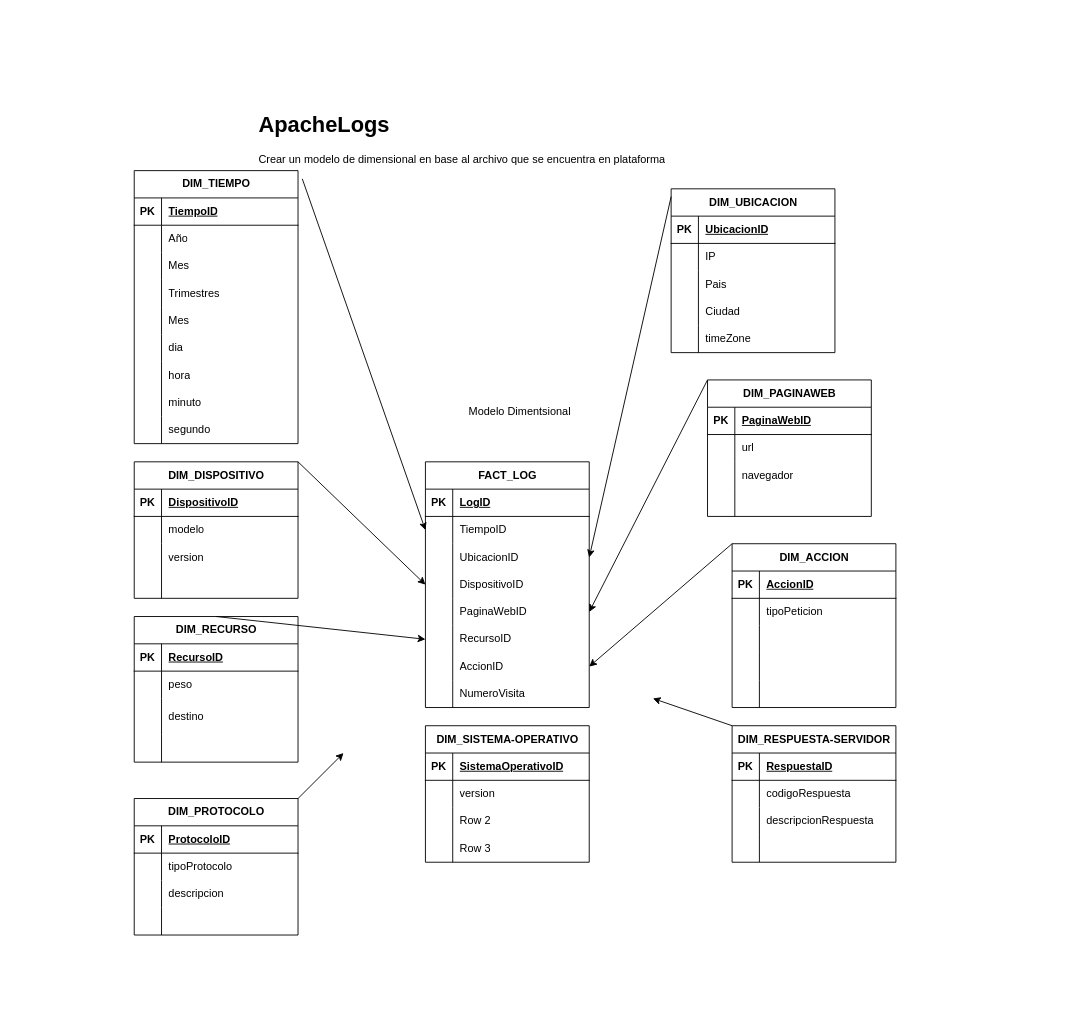
Earlier version of the draw.io diagram apache_log.drawio (itslourdes/lourdesvaca). Source tidied: cells renumbered, new cells numbered last; positions are measured from the earlier drawing's top-left corner, leaving out a move shared by most shapes. Both pictures are drawn from the tidied source at 91%, with x=0, y=0 at pixel (134, 106).
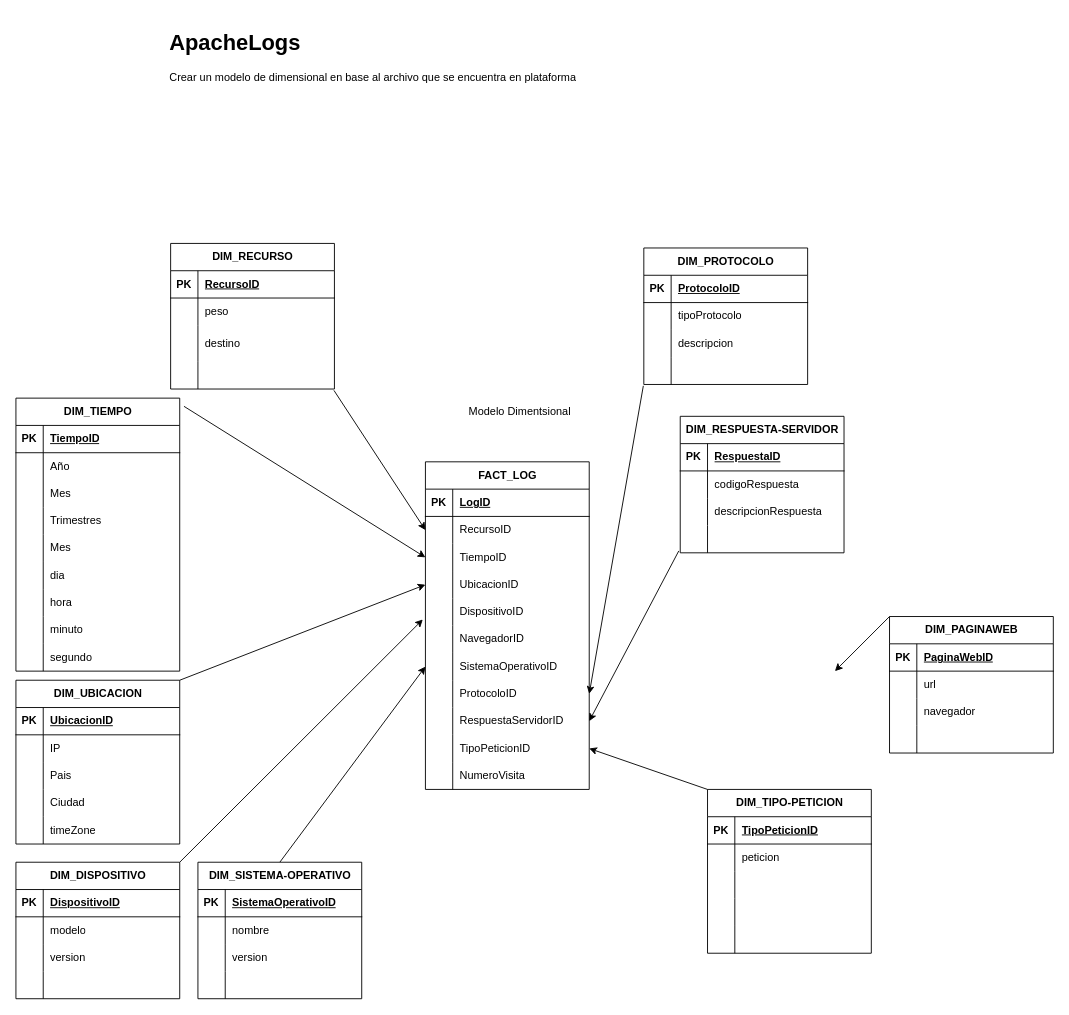
Above is the later version.

The change refers to these unchanged cells:
```xml
<mxCell id="34" style="shape=tableRow;horizontal=0;startSize=0;swimlaneHead=0;swimlaneBody=0;fillColor=none;points=[[0,0.5],[1,0.5]];portConstraint=eastwest;top=0;left=0;right=0;bottom=0;" parent="30" vertex="1">
  <mxGeometry y="60" width="180" height="30" as="geometry" />
</mxCell>
<mxCell id="37" style="shape=tableRow;horizontal=0;startSize=0;swimlaneHead=0;swimlaneBody=0;fillColor=none;points=[[0,0.5],[1,0.5]];portConstraint=eastwest;top=0;left=0;right=0;bottom=0;" parent="30" vertex="1">
  <mxGeometry y="90" width="180" height="30" as="geometry" />
</mxCell>
<mxCell id="40" style="shape=tableRow;horizontal=0;startSize=0;swimlaneHead=0;swimlaneBody=0;fillColor=none;points=[[0,0.5],[1,0.5]];portConstraint=eastwest;top=0;left=0;right=0;bottom=0;" parent="30" vertex="1">
  <mxGeometry y="120" width="180" height="30" as="geometry" />
</mxCell>
<mxCell id="43" style="shape=tableRow;horizontal=0;startSize=0;swimlaneHead=0;swimlaneBody=0;fillColor=none;points=[[0,0.5],[1,0.5]];portConstraint=eastwest;top=0;left=0;right=0;bottom=0;" parent="30" vertex="1">
  <mxGeometry y="150" width="180" height="30" as="geometry" />
</mxCell>
<mxCell id="46" style="shape=tableRow;horizontal=0;startSize=0;swimlaneHead=0;swimlaneBody=0;fillColor=none;points=[[0,0.5],[1,0.5]];portConstraint=eastwest;top=0;left=0;right=0;bottom=0;" parent="30" vertex="1">
  <mxGeometry y="180" width="180" height="30" as="geometry" />
</mxCell>
<mxCell id="49" style="shape=tableRow;horizontal=0;startSize=0;swimlaneHead=0;swimlaneBody=0;fillColor=none;points=[[0,0.5],[1,0.5]];portConstraint=eastwest;top=0;left=0;right=0;bottom=0;" parent="30" vertex="1">
  <mxGeometry y="210" width="180" height="30" as="geometry" />
</mxCell>
<mxCell id="72" style="shape=tableRow;horizontal=0;startSize=0;swimlaneHead=0;swimlaneBody=0;fillColor=none;top=0;left=0;right=0;bottom=1;" parent="71" vertex="1">
  <mxGeometry y="30" width="180" height="30" as="geometry" />
</mxCell>
<mxCell id="75" style="shape=tableRow;horizontal=0;startSize=0;swimlaneHead=0;swimlaneBody=0;fillColor=none;top=0;left=0;right=0;bottom=0;" parent="71" vertex="1">
  <mxGeometry y="60" width="180" height="30" as="geometry" />
</mxCell>
<mxCell id="130" style="shape=tableRow;horizontal=0;startSize=0;swimlaneHead=0;swimlaneBody=0;fillColor=none;points=[[0,0.5],[1,0.5]];portConstraint=eastwest;top=0;left=0;right=0;bottom=0;" parent="120" vertex="1">
  <mxGeometry y="130" width="180" height="30" as="geometry" />
</mxCell>
<mxCell id="146" style="shape=tableRow;horizontal=0;startSize=0;swimlaneHead=0;swimlaneBody=0;fillColor=none;points=[[0,0.5],[1,0.5]];portConstraint=eastwest;top=0;left=0;right=0;bottom=0;" parent="136" vertex="1">
  <mxGeometry y="120" width="180" height="30" as="geometry" />
</mxCell>
<mxCell id="159" style="shape=tableRow;horizontal=0;startSize=0;swimlaneHead=0;swimlaneBody=0;fillColor=none;points=[[0,0.5],[1,0.5]];portConstraint=eastwest;top=0;left=0;right=0;bottom=0;" parent="149" vertex="1">
  <mxGeometry y="120" width="180" height="30" as="geometry" />
</mxCell>
<mxCell id="166" style="shape=tableRow;horizontal=0;startSize=0;swimlaneHead=0;swimlaneBody=0;fillColor=none;top=0;left=0;right=0;bottom=0;" parent="162" vertex="1">
  <mxGeometry y="60" width="180" height="30" as="geometry" />
</mxCell>
<mxCell id="169" style="shape=tableRow;horizontal=0;startSize=0;swimlaneHead=0;swimlaneBody=0;fillColor=none;top=0;left=0;right=0;bottom=0;" parent="162" vertex="1">
  <mxGeometry y="90" width="180" height="30" as="geometry" />
</mxCell>
<mxCell id="172" style="shape=tableRow;horizontal=0;startSize=0;swimlaneHead=0;swimlaneBody=0;fillColor=none;top=0;left=0;right=0;bottom=0;" parent="162" vertex="1">
  <mxGeometry y="120" width="180" height="30" as="geometry" />
</mxCell>
```

What changed in the source:
```diff
@@
     <mxCell id="2" value="DIM_TIEMPO" style="shape=table;startSize=30;childLayout=tableLayout;rowLines=0;fontStyle=1;align=center;html=1;" parent="1" vertex="1">
-      <mxGeometry y="70" width="180" height="300" as="geometry" />
+      <mxGeometry x="-130" y="320" width="180" height="300" as="geometry" />
     </mxCell>
@@
     <mxCell id="30" value="FACT_LOG" style="shape=table;startSize=30;childLayout=tableLayout;rowLines=0;fontStyle=1;align=center;html=1;" parent="1" vertex="1">
-      <mxGeometry x="320" y="390" width="180" height="270" as="geometry" />
+      <mxGeometry x="320" y="390" width="180" height="360" as="geometry" />
     </mxCell>
@@
-    <mxCell id="36" value="TiempoID" style="shape=partialRectangle;fillColor=none;top=0;left=0;bottom=0;right=0;align=left;spacingLeft=6;overflow=hidden;whiteSpace=wrap;html=1;" parent="34" vertex="1">
+    <mxCell id="36" value="RecursoID" style="shape=partialRectangle;fillColor=none;top=0;left=0;bottom=0;right=0;align=left;spacingLeft=6;overflow=hidden;whiteSpace=wrap;html=1;" parent="34" vertex="1">
       <mxGeometry x="30" width="150" height="30" as="geometry" />
     </mxCell>
@@
-    <mxCell id="39" value="UbicacionID" style="shape=partialRectangle;fillColor=none;top=0;left=0;bottom=0;right=0;align=left;spacingLeft=6;overflow=hidden;whiteSpace=wrap;html=1;" parent="37" vertex="1">
+    <mxCell id="39" value="TiempoID" style="shape=partialRectangle;fillColor=none;top=0;left=0;bottom=0;right=0;align=left;spacingLeft=6;overflow=hidden;whiteSpace=wrap;html=1;" parent="37" vertex="1">
       <mxGeometry x="30" width="150" height="30" as="geometry" />
     </mxCell>
@@
-    <mxCell id="42" value="DispositivoID" style="shape=partialRectangle;fillColor=none;top=0;left=0;bottom=0;right=0;align=left;spacingLeft=6;overflow=hidden;whiteSpace=wrap;html=1;" parent="40" vertex="1">
+    <mxCell id="42" value="UbicacionID" style="shape=partialRectangle;fillColor=none;top=0;left=0;bottom=0;right=0;align=left;spacingLeft=6;overflow=hidden;whiteSpace=wrap;html=1;" parent="40" vertex="1">
       <mxGeometry x="30" width="150" height="30" as="geometry" />
     </mxCell>
@@
-    <mxCell id="45" value="PaginaWebID" style="shape=partialRectangle;fillColor=none;top=0;left=0;bottom=0;right=0;align=left;spacingLeft=6;overflow=hidden;whiteSpace=wrap;html=1;" parent="43" vertex="1">
+    <mxCell id="45" value="DispositivoID" style="shape=partialRectangle;fillColor=none;top=0;left=0;bottom=0;right=0;align=left;spacingLeft=6;overflow=hidden;whiteSpace=wrap;html=1;" parent="43" vertex="1">
       <mxGeometry x="30" width="150" height="30" as="geometry" />
     </mxCell>
@@
-    <mxCell id="48" value="RecursoID" style="shape=partialRectangle;fillColor=none;top=0;left=0;bottom=0;right=0;align=left;spacingLeft=6;overflow=hidden;whiteSpace=wrap;html=1;" parent="46" vertex="1">
+    <mxCell id="48" value="NavegadorID" style="shape=partialRectangle;fillColor=none;top=0;left=0;bottom=0;right=0;align=left;spacingLeft=6;overflow=hidden;whiteSpace=wrap;html=1;" parent="46" vertex="1">
       <mxGeometry x="30" width="150" height="30" as="geometry" />
     </mxCell>
@@
-    <mxCell id="51" value="AccionID" style="shape=partialRectangle;fillColor=none;top=0;left=0;bottom=0;right=0;align=left;spacingLeft=6;overflow=hidden;whiteSpace=wrap;html=1;" parent="49" vertex="1">
+    <mxCell id="51" value="SistemaOperativoID" style="shape=partialRectangle;fillColor=none;top=0;left=0;bottom=0;right=0;align=left;spacingLeft=6;overflow=hidden;whiteSpace=wrap;html=1;" parent="49" vertex="1">
       <mxGeometry x="30" width="150" height="30" as="geometry" />
     </mxCell>
+    <mxCell id="175" style="shape=tableRow;horizontal=0;startSize=0;swimlaneHead=0;swimlaneBody=0;fillColor=none;points=[[0,0.5],[1,0.5]];portConstraint=eastwest;top=0;left=0;right=0;bottom=0;" parent="30" vertex="1">
+      <mxGeometry y="240" width="180" height="30" as="geometry" />
+    </mxCell>
+    <mxCell id="176" style="shape=partialRectangle;fillColor=none;top=0;left=0;bottom=0;right=0;overflow=hidden;whiteSpace=wrap;html=1;" parent="175" vertex="1">
+      <mxGeometry width="30" height="30" as="geometry" />
+    </mxCell>
+    <mxCell id="177" value="ProtocoloID" style="shape=partialRectangle;fillColor=none;top=0;left=0;bottom=0;right=0;align=left;spacingLeft=6;overflow=hidden;whiteSpace=wrap;html=1;" parent="175" vertex="1">
+      <mxGeometry x="30" width="150" height="30" as="geometry" />
+    </mxCell>
+    <mxCell id="178" style="shape=tableRow;horizontal=0;startSize=0;swimlaneHead=0;swimlaneBody=0;fillColor=none;points=[[0,0.5],[1,0.5]];portConstraint=eastwest;top=0;left=0;right=0;bottom=0;" parent="30" vertex="1">
+      <mxGeometry y="270" width="180" height="30" as="geometry" />
+    </mxCell>
+    <mxCell id="179" style="shape=partialRectangle;fillColor=none;top=0;left=0;bottom=0;right=0;overflow=hidden;whiteSpace=wrap;html=1;" parent="178" vertex="1">
+      <mxGeometry width="30" height="30" as="geometry" />
+    </mxCell>
+    <mxCell id="180" value="RespuestaServidorID" style="shape=partialRectangle;fillColor=none;top=0;left=0;bottom=0;right=0;align=left;spacingLeft=6;overflow=hidden;whiteSpace=wrap;html=1;" parent="178" vertex="1">
+      <mxGeometry x="30" width="150" height="30" as="geometry" />
+    </mxCell>
+    <mxCell id="181" style="shape=tableRow;horizontal=0;startSize=0;swimlaneHead=0;swimlaneBody=0;fillColor=none;points=[[0,0.5],[1,0.5]];portConstraint=eastwest;top=0;left=0;right=0;bottom=0;" parent="30" vertex="1">
+      <mxGeometry y="300" width="180" height="30" as="geometry" />
+    </mxCell>
+    <mxCell id="182" style="shape=partialRectangle;fillColor=none;top=0;left=0;bottom=0;right=0;overflow=hidden;whiteSpace=wrap;html=1;" parent="181" vertex="1">
+      <mxGeometry width="30" height="30" as="geometry" />
+    </mxCell>
+    <mxCell id="183" value="TipoPeticionID" style="shape=partialRectangle;fillColor=none;top=0;left=0;bottom=0;right=0;align=left;spacingLeft=6;overflow=hidden;whiteSpace=wrap;html=1;" parent="181" vertex="1">
+      <mxGeometry x="30" width="150" height="30" as="geometry" />
+    </mxCell>
     <mxCell id="52" style="shape=tableRow;horizontal=0;startSize=0;swimlaneHead=0;swimlaneBody=0;fillColor=none;top=0;left=0;right=0;bottom=0;" parent="30" vertex="1">
-      <mxGeometry y="240" width="180" height="30" as="geometry" />
+      <mxGeometry y="330" width="180" height="30" as="geometry" />
     </mxCell>
@@
     <mxCell id="55" value="DIM_UBICACION" style="shape=table;startSize=30;childLayout=tableLayout;rowLines=0;fontStyle=1;align=center;html=1;" parent="1" vertex="1">
-      <mxGeometry x="590" y="90" width="180" height="180" as="geometry" />
+      <mxGeometry x="-130" y="630" width="180" height="180" as="geometry" />
     </mxCell>
@@
-    <mxCell id="71" value="DIM_ACCION" style="shape=table;startSize=30;childLayout=tableLayout;rowLines=0;fontStyle=1;align=center;html=1;" parent="1" vertex="1">
-      <mxGeometry x="657" y="480" width="180" height="180" as="geometry" />
+    <mxCell id="71" value="DIM_TIPO-PETICION" style="shape=table;startSize=30;childLayout=tableLayout;rowLines=0;fontStyle=1;align=center;html=1;" parent="1" vertex="1">
+      <mxGeometry x="630" y="750" width="180" height="180" as="geometry" />
     </mxCell>
@@
-    <mxCell id="74" value="AccionID" style="shape=partialRectangle;fillColor=none;top=0;left=0;bottom=0;right=0;align=left;spacingLeft=6;fontStyle=5;overflow=hidden;whiteSpace=wrap;html=1;" parent="72" vertex="1">
+    <mxCell id="74" value="TipoPeticionID" style="shape=partialRectangle;fillColor=none;top=0;left=0;bottom=0;right=0;align=left;spacingLeft=6;fontStyle=5;overflow=hidden;whiteSpace=wrap;html=1;" parent="72" vertex="1">
       <mxGeometry x="30" width="150" height="30" as="geometry" />
     </mxCell>
@@
-    <mxCell id="77" value="tipoPeticion" style="shape=partialRectangle;fillColor=none;top=0;left=0;bottom=0;right=0;align=left;spacingLeft=6;overflow=hidden;whiteSpace=wrap;html=1;" parent="75" vertex="1">
+    <mxCell id="77" value="peticion" style="shape=partialRectangle;fillColor=none;top=0;left=0;bottom=0;right=0;align=left;spacingLeft=6;overflow=hidden;whiteSpace=wrap;html=1;" parent="75" vertex="1">
       <mxGeometry x="30" width="150" height="30" as="geometry" />
     </mxCell>
@@
     <mxCell id="87" value="DIM_DISPOSITIVO" style="shape=table;startSize=30;childLayout=tableLayout;rowLines=0;fontStyle=1;align=center;html=1;" parent="1" vertex="1">
-      <mxGeometry y="390" width="180" height="150" as="geometry" />
+      <mxGeometry x="-130" y="830" width="180" height="150" as="geometry" />
     </mxCell>
@@
     <mxCell id="100" value="DIM_PAGINAWEB" style="shape=table;startSize=30;childLayout=tableLayout;rowLines=0;fontStyle=1;align=center;html=1;" parent="1" vertex="1">
-      <mxGeometry x="630" y="300" width="180" height="150" as="geometry" />
+      <mxGeometry x="830" y="560" width="180" height="150" as="geometry" />
     </mxCell>
@@
-    <mxCell id="113" style="endArrow=classic;html=1;rounded=0;exitX=1;exitY=0;exitDx=0;exitDy=0;entryX=0;entryY=0.5;entryDx=0;entryDy=0;" parent="1" edge="1" source="87" target="40">
+    <mxCell id="113" style="endArrow=classic;html=1;rounded=0;exitX=1;exitY=0;exitDx=0;exitDy=0;entryX=-0.016;entryY=0.775;entryDx=0;entryDy=0;entryPerimeter=0;" parent="1" edge="1" source="87" target="43">
       <mxGeometry relative="1" as="geometry" />
     </mxCell>
-    <mxCell id="114" style="endArrow=classic;html=1;rounded=0;exitX=1.026;exitY=0.03;exitDx=0;exitDy=0;exitPerimeter=0;entryX=0;entryY=0.5;entryDx=0;entryDy=0;" parent="1" edge="1" source="2" target="34">
+    <mxCell id="114" style="endArrow=classic;html=1;rounded=0;exitX=1.026;exitY=0.03;exitDx=0;exitDy=0;exitPerimeter=0;entryX=0;entryY=0.5;entryDx=0;entryDy=0;" parent="1" edge="1" source="2" target="37">
       <mxGeometry relative="1" as="geometry" />
     </mxCell>
-    <mxCell id="115" style="endArrow=classic;html=1;rounded=0;exitX=0;exitY=0;exitDx=0;exitDy=0;entryX=1;entryY=0.5;entryDx=0;entryDy=0;" parent="1" edge="1" source="71" target="49">
+    <mxCell id="115" style="endArrow=classic;html=1;rounded=0;exitX=0;exitY=0;exitDx=0;exitDy=0;entryX=1;entryY=0.5;entryDx=0;entryDy=0;" parent="1" edge="1" source="71" target="181">
       <mxGeometry relative="1" as="geometry" />
     </mxCell>
-    <mxCell id="116" style="endArrow=classic;html=1;rounded=0;exitX=0;exitY=0.048;exitDx=0;exitDy=0;exitPerimeter=0;entryX=1;entryY=0.5;entryDx=0;entryDy=0;" parent="1" edge="1" source="55" target="37">
+    <mxCell id="116" style="endArrow=classic;html=1;rounded=0;exitX=1;exitY=0;exitDx=0;exitDy=0;entryX=0;entryY=0.5;entryDx=0;entryDy=0;" parent="1" edge="1" source="55" target="40">
       <mxGeometry relative="1" as="geometry" />
     </mxCell>
-    <mxCell id="117" style="endArrow=classic;html=1;rounded=0;exitX=0;exitY=0;exitDx=0;exitDy=0;entryX=1;entryY=0.5;entryDx=0;entryDy=0;" parent="1" edge="1" source="100" target="43">
-      <mxGeometry relative="1" as="geometry" />
+    <mxCell id="117" style="endArrow=classic;html=1;rounded=0;exitX=0;exitY=0;exitDx=0;exitDy=0;" parent="1" edge="1" source="100">
+      <mxGeometry relative="1" as="geometry">
+        <mxPoint x="770" y="620" as="targetPoint" />
+      </mxGeometry>
     </mxCell>
@@
     <mxCell id="119" value="&lt;h1&gt;ApacheLogs&lt;/h1&gt;&lt;p&gt;Crear un modelo de dimensional en base al archivo que se encuentra en plataforma&lt;/p&gt;" style="text;html=1;strokeColor=none;fillColor=none;spacing=5;spacingTop=-20;whiteSpace=wrap;overflow=hidden;rounded=0;" parent="1" vertex="1">
-      <mxGeometry x="132" width="736" height="120" as="geometry" />
+      <mxGeometry x="34" y="-90" width="736" height="120" as="geometry" />
     </mxCell>
     <mxCell id="120" value="DIM_RECURSO" style="shape=table;startSize=30;childLayout=tableLayout;rowLines=0;fontStyle=1;align=center;html=1;" parent="1" vertex="1">
-      <mxGeometry y="560" width="180" height="160" as="geometry" />
+      <mxGeometry x="40" y="150" width="180" height="160" as="geometry" />
     </mxCell>
@@
-    <mxCell id="133" style="endArrow=classic;html=1;rounded=0;exitX=0.5;exitY=0;exitDx=0;exitDy=0;entryX=0;entryY=0.5;entryDx=0;entryDy=0;" parent="1" edge="1" source="120" target="46">
+    <mxCell id="133" style="endArrow=classic;html=1;rounded=0;exitX=0.997;exitY=1.049;exitDx=0;exitDy=0;entryX=0;entryY=0.5;entryDx=0;entryDy=0;exitPerimeter=0;" parent="1" edge="1" source="130" target="34">
       <mxGeometry relative="1" as="geometry" />
     </mxCell>
-    <mxCell id="134" style="endArrow=classic;html=1;rounded=0;exitX=0;exitY=0;exitDx=0;exitDy=0;" parent="1" edge="1" source="149">
-      <mxGeometry relative="1" as="geometry">
-        <mxPoint x="570" y="650" as="targetPoint" />
-      </mxGeometry>
+    <mxCell id="134" style="endArrow=classic;html=1;rounded=0;exitX=-0.009;exitY=0.931;exitDx=0;exitDy=0;entryX=1;entryY=0.5;entryDx=0;entryDy=0;exitPerimeter=0;" parent="1" edge="1" source="159" target="178">
+      <mxGeometry relative="1" as="geometry" />
     </mxCell>
-    <mxCell id="135" style="endArrow=classic;html=1;rounded=0;exitX=1;exitY=0;exitDx=0;exitDy=0;" parent="1" edge="1" source="136">
-      <mxGeometry relative="1" as="geometry">
-        <mxPoint x="230" y="710" as="targetPoint" />
-      </mxGeometry>
+    <mxCell id="135" style="endArrow=classic;html=1;rounded=0;exitX=0.5;exitY=0;exitDx=0;exitDy=0;entryX=0;entryY=0.5;entryDx=0;entryDy=0;" parent="1" edge="1" source="162" target="49">
+      <mxGeometry relative="1" as="geometry" />
     </mxCell>
     <mxCell id="136" value="DIM_PROTOCOLO" style="shape=table;startSize=30;childLayout=tableLayout;rowLines=0;fontStyle=1;align=center;html=1;" parent="1" vertex="1">
-      <mxGeometry y="760" width="180" height="150" as="geometry" />
+      <mxGeometry x="560" y="155" width="180" height="150" as="geometry" />
     </mxCell>
@@
     <mxCell id="149" value="DIM_RESPUESTA-SERVIDOR" style="shape=table;startSize=30;childLayout=tableLayout;rowLines=0;fontStyle=1;align=center;html=1;" parent="1" vertex="1">
-      <mxGeometry x="657" y="680" width="180" height="150" as="geometry" />
+      <mxGeometry x="600" y="340" width="180" height="150" as="geometry" />
     </mxCell>
@@
     <mxCell id="162" value="DIM_SISTEMA-OPERATIVO" style="shape=table;startSize=30;childLayout=tableLayout;rowLines=0;fontStyle=1;align=center;html=1;" parent="1" vertex="1">
-      <mxGeometry x="320" y="680" width="180" height="150" as="geometry" />
+      <mxGeometry x="70" y="830" width="180" height="150" as="geometry" />
     </mxCell>
@@
-    <mxCell id="168" value="version" style="shape=partialRectangle;fillColor=none;top=0;left=0;bottom=0;right=0;align=left;spacingLeft=6;overflow=hidden;whiteSpace=wrap;html=1;" parent="166" vertex="1">
+    <mxCell id="168" value="nombre" style="shape=partialRectangle;fillColor=none;top=0;left=0;bottom=0;right=0;align=left;spacingLeft=6;overflow=hidden;whiteSpace=wrap;html=1;" parent="166" vertex="1">
       <mxGeometry x="30" width="150" height="30" as="geometry" />
     </mxCell>
@@
-    <mxCell id="171" value="Row 2" style="shape=partialRectangle;fillColor=none;top=0;left=0;bottom=0;right=0;align=left;spacingLeft=6;overflow=hidden;whiteSpace=wrap;html=1;" parent="169" vertex="1">
+    <mxCell id="171" value="version" style="shape=partialRectangle;fillColor=none;top=0;left=0;bottom=0;right=0;align=left;spacingLeft=6;overflow=hidden;whiteSpace=wrap;html=1;" parent="169" vertex="1">
       <mxGeometry x="30" width="150" height="30" as="geometry" />
     </mxCell>
@@
-    <mxCell id="174" value="Row 3" style="shape=partialRectangle;fillColor=none;top=0;left=0;bottom=0;right=0;align=left;spacingLeft=6;overflow=hidden;whiteSpace=wrap;html=1;" parent="172" vertex="1">
+    <mxCell id="174" style="shape=partialRectangle;fillColor=none;top=0;left=0;bottom=0;right=0;align=left;spacingLeft=6;overflow=hidden;whiteSpace=wrap;html=1;" parent="172" vertex="1">
       <mxGeometry x="30" width="150" height="30" as="geometry" />
     </mxCell>
+    <mxCell id="184" style="endArrow=classic;html=1;rounded=0;exitX=-0.003;exitY=1.049;exitDx=0;exitDy=0;entryX=1;entryY=0.5;entryDx=0;entryDy=0;exitPerimeter=0;" parent="1" edge="1" source="146" target="175">
+      <mxGeometry relative="1" as="geometry" />
+    </mxCell>
```
